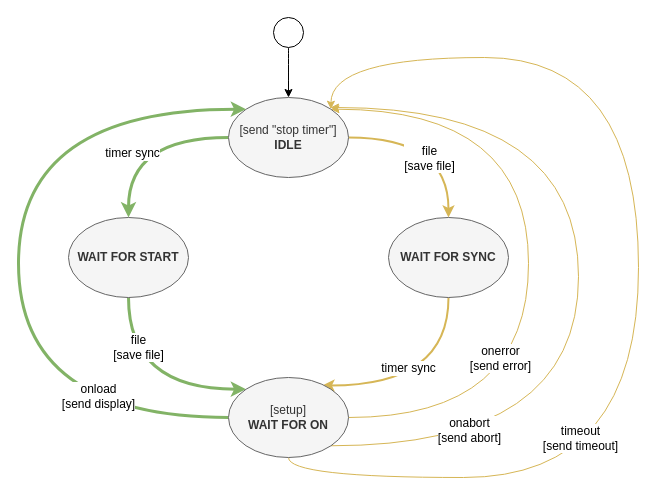
Above: page "CallbackLogic State Machine" (6 of 8) of drawing.drawio in guitarvydas/ag-js-3 (draw.io), before the change. Source tidied: cells renumbered, new cells numbered last; positions are measured from the earlier drawing's top-left corner, leaving out a move shared by most shapes. Both pictures are drawn from the tidied source at 100%, with x=0, y=0 at pixel (18, 17).
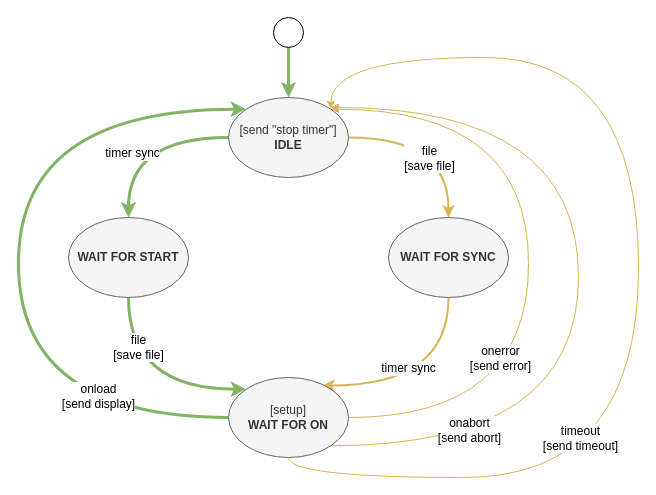
Above is the later version.

The change refers to these unchanged cells:
```xml
<mxCell id="6" value="[send &quot;stop timer&quot;]&lt;br&gt;&lt;b&gt;IDLE&lt;/b&gt;" style="ellipse;whiteSpace=wrap;html=1;fillColor=#f5f5f5;strokeColor=#666666;fontColor=#333333;" parent="1" vertex="1">
  <mxGeometry x="210" y="80" width="120" height="80" as="geometry" />
</mxCell>
<mxCell id="8" style="ellipse;whiteSpace=wrap;html=1;" parent="1" vertex="1">
  <mxGeometry x="255" width="30" height="30" as="geometry" />
</mxCell>
```

What changed in the source:
```diff
@@
-    <mxCell id="7" style="edgeStyle=orthogonalEdgeStyle;curved=1;jettySize=auto;html=1;" parent="1" edge="1" source="8" target="6">
+    <mxCell id="7" style="edgeStyle=orthogonalEdgeStyle;curved=1;jettySize=auto;html=1;fillColor=#d5e8d4;strokeColor=#82b366;strokeWidth=3;" parent="1" edge="1" source="8" target="6">
       <mxGeometry relative="1" as="geometry" />
     </mxCell>
```
